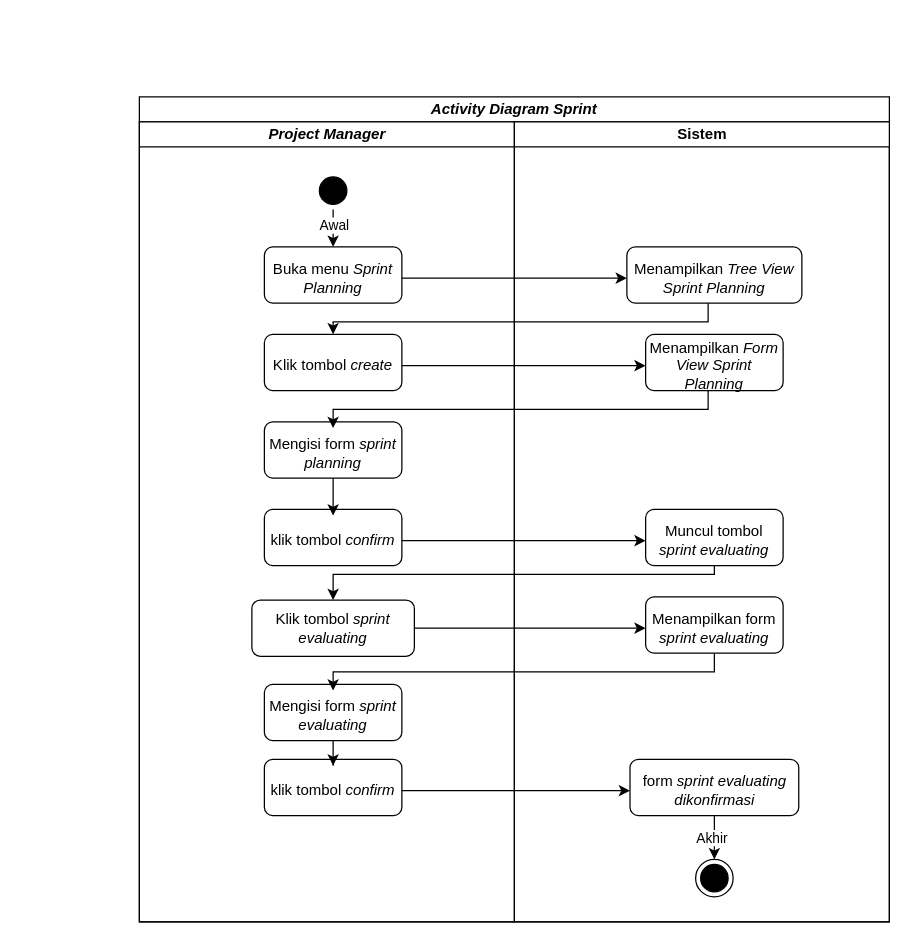
raldawiyahh/alda-resolusi keeps this draw.io diagram as page "Halaman-4" (4 of 5) of Diagram Tanpa Judul.drawio. Above is the earlier version. Source tidied: cells renumbered, new cells numbered last; positions are measured from the earlier drawing's top-left corner, leaving out a move shared by most shapes. Both pictures are drawn from the tidied source at 125%, with x=0, y=0 at pixel (139, 96).
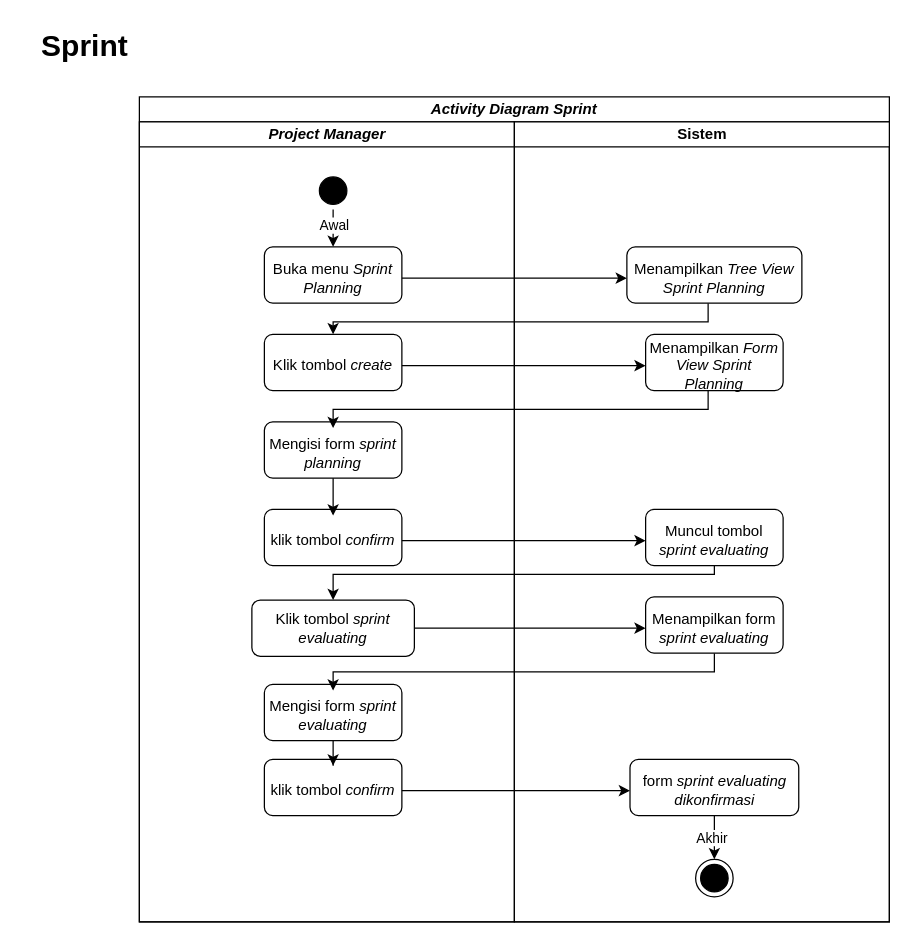
After the change.

Diff of the diagram source:
```diff
@@
+    <mxCell id="57" value="Sprint" style="text;strokeColor=none;fillColor=none;html=1;fontSize=24;fontStyle=1;verticalAlign=middle;align=center;" parent="1" vertex="1">
+      <mxGeometry x="-94" y="-60" width="100" height="40" as="geometry" />
+    </mxCell>
```
